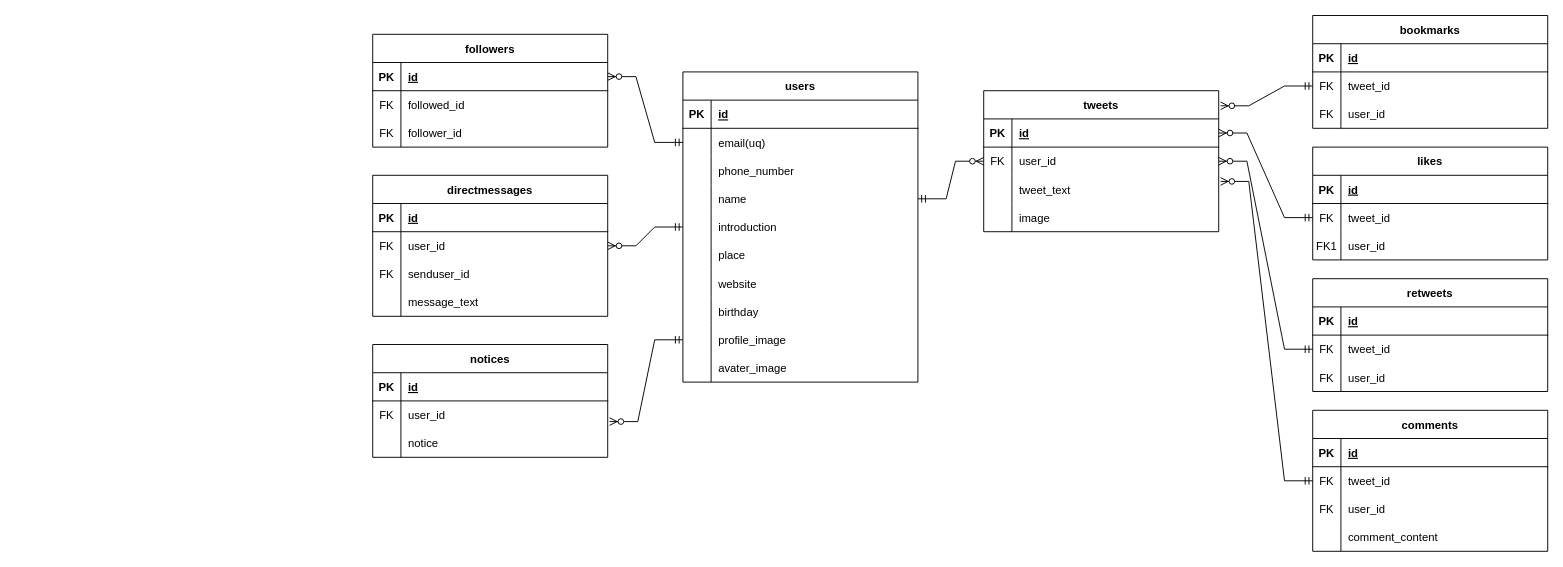
Earlier version of the draw.io diagram twitter_draft.drawio (hie3-336/rails_twitter). Source tidied: cells renumbered, new cells numbered last; positions are measured from the earlier drawing's top-left corner, leaving out a move shared by most shapes. Both pictures are drawn from the tidied source at 94%, with x=0, y=0 at pixel (372, 15).
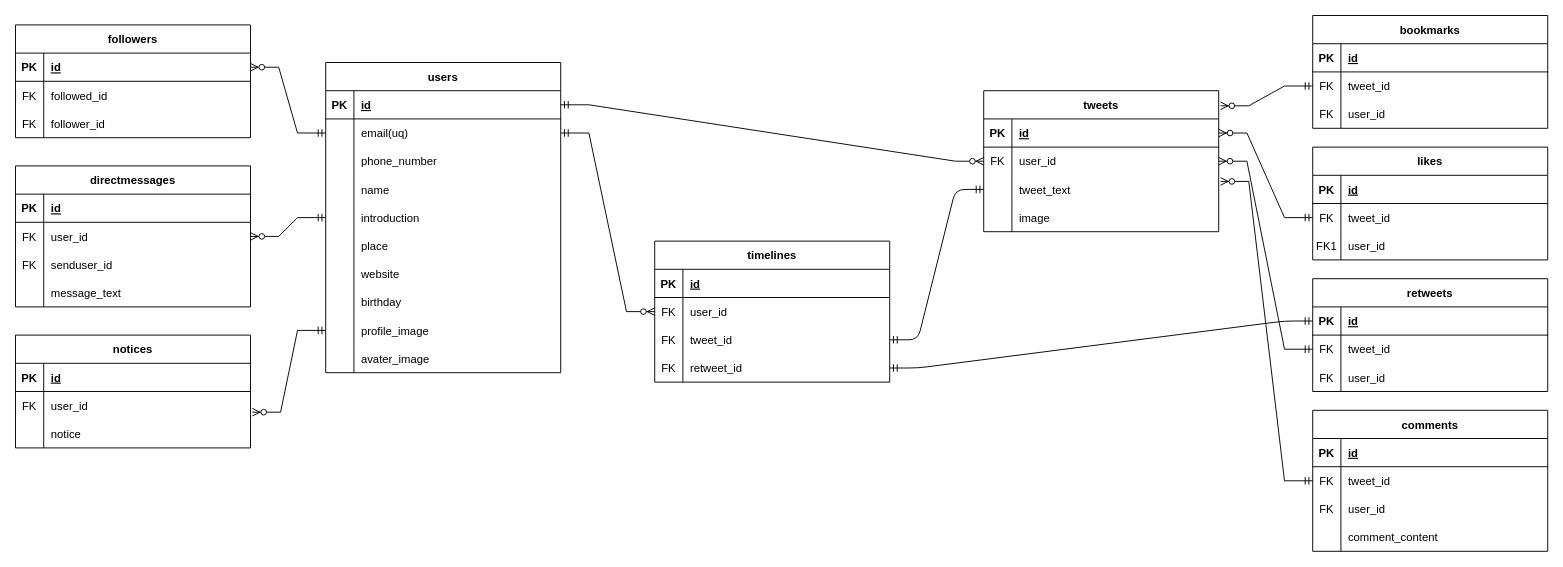
The same diagram, later.

The change refers to these unchanged cells:
```xml
<mxCell id="3" style="shape=partialRectangle;fillColor=none;points=[[0,0.5],[1,0.5]];portConstraint=eastwest;top=0;left=0;right=0;bottom=1;" parent="2" vertex="1">
  <mxGeometry y="30" width="250" height="30" as="geometry" />
</mxCell>
<mxCell id="12" style="shape=partialRectangle;fillColor=none;points=[[0,0.5],[1,0.5]];portConstraint=eastwest;top=0;left=0;right=0;bottom=0;" parent="2" vertex="1">
  <mxGeometry y="120" width="250" height="30" as="geometry" />
</mxCell>
<mxCell id="37" style="shape=partialRectangle;fillColor=none;points=[[0,0.5],[1,0.5]];portConstraint=eastwest;top=0;left=0;right=0;bottom=0;" parent="33" vertex="1">
  <mxGeometry y="60" width="250" height="30" as="geometry" />
</mxCell>
<mxCell id="40" style="shape=partialRectangle;fillColor=none;points=[[0,0.5],[1,0.5]];portConstraint=eastwest;top=0;left=0;right=0;bottom=0;" parent="33" vertex="1">
  <mxGeometry y="90" width="250" height="30" as="geometry" />
</mxCell>
<mxCell id="57" style="shape=partialRectangle;fillColor=none;points=[[0,0.5],[1,0.5]];portConstraint=eastwest;top=0;left=0;right=0;bottom=1;" parent="56" vertex="1">
  <mxGeometry y="30" width="250" height="30" as="geometry" />
</mxCell>
```

Diff of the diagram source:
```diff
@@
     <mxCell id="2" value="users" style="shape=table;startSize=30;childLayout=tableLayout;rowLines=0;fontStyle=1;align=center;" parent="1" vertex="1">
-      <mxGeometry x="330" y="60" width="250" height="330" as="geometry" />
+      <mxGeometry x="-50" y="50" width="250" height="330" as="geometry" />
     </mxCell>
@@
     <mxCell id="76" value="followers" style="shape=table;startSize=30;childLayout=tableLayout;rowLines=0;fontStyle=1;align=center;" parent="1" vertex="1">
-      <mxGeometry y="20" width="250" height="120" as="geometry" />
+      <mxGeometry x="-380" y="10" width="250" height="120" as="geometry" />
     </mxCell>
@@
     <mxCell id="86" value="directmessages" style="shape=table;startSize=30;childLayout=tableLayout;rowLines=0;fontStyle=1;align=center;" parent="1" vertex="1">
-      <mxGeometry y="170" width="250" height="150" as="geometry" />
+      <mxGeometry x="-380" y="160" width="250" height="150" as="geometry" />
     </mxCell>
@@
     <mxCell id="99" value="notices" style="shape=table;startSize=30;childLayout=tableLayout;rowLines=0;fontStyle=1;align=center;" parent="1" vertex="1">
-      <mxGeometry y="350" width="250" height="120" as="geometry" />
+      <mxGeometry x="-380" y="340" width="250" height="120" as="geometry" />
     </mxCell>
@@
-    <mxCell id="109" style="edgeStyle=entityRelationEdgeStyle;fontSize=12;html=1;endArrow=ERzeroToMany;startArrow=ERmandOne;rounded=0;entryX=0;entryY=0.5;entryDx=0;entryDy=0;exitX=1;exitY=0.5;exitDx=0;exitDy=0;" parent="1" edge="1" source="12" target="37">
+    <mxCell id="109" style="edgeStyle=entityRelationEdgeStyle;fontSize=12;html=1;endArrow=ERzeroToMany;startArrow=ERmandOne;rounded=0;entryX=0;entryY=0.5;entryDx=0;entryDy=0;exitX=1;exitY=0.5;exitDx=0;exitDy=0;" parent="1" edge="1" source="3" target="37">
       <mxGeometry relative="1" as="geometry" />
     </mxCell>
@@
+    <mxCell id="130" value="timelines" style="shape=table;startSize=30;childLayout=tableLayout;rowLines=0;fontStyle=1;align=center;" parent="1" vertex="1">
+      <mxGeometry x="300" y="240" width="250" height="150" as="geometry" />
+    </mxCell>
+    <mxCell id="131" style="shape=partialRectangle;fillColor=none;top=0;left=0;right=0;bottom=1;" parent="130" vertex="1">
+      <mxGeometry y="30" width="250" height="30" as="geometry" />
+    </mxCell>
+    <mxCell id="132" value="PK" style="shape=partialRectangle;overflow=hidden;fillColor=none;top=0;left=0;bottom=0;right=0;fontStyle=1;" parent="131" vertex="1">
+      <mxGeometry width="30" height="30" as="geometry" />
+    </mxCell>
+    <mxCell id="133" value="id" style="shape=partialRectangle;overflow=hidden;fillColor=none;top=0;left=0;bottom=0;right=0;align=left;spacingLeft=6;fontStyle=5;" parent="131" vertex="1">
+      <mxGeometry x="30" width="220" height="30" as="geometry" />
+    </mxCell>
+    <mxCell id="134" style="shape=partialRectangle;fillColor=none;points=[[0,0.5],[1,0.5]];portConstraint=eastwest;top=0;left=0;right=0;bottom=0;" parent="130" vertex="1">
+      <mxGeometry y="60" width="250" height="30" as="geometry" />
+    </mxCell>
+    <mxCell id="135" value="FK" style="shape=partialRectangle;overflow=hidden;fillColor=none;top=0;left=0;bottom=0;right=0;" parent="134" vertex="1">
+      <mxGeometry width="30" height="30" as="geometry" />
+    </mxCell>
+    <mxCell id="136" value="user_id" style="shape=partialRectangle;overflow=hidden;fillColor=none;top=0;left=0;bottom=0;right=0;align=left;spacingLeft=6;" parent="134" vertex="1">
+      <mxGeometry x="30" width="220" height="30" as="geometry" />
+    </mxCell>
+    <mxCell id="137" style="shape=partialRectangle;fillColor=none;points=[[0,0.5],[1,0.5]];portConstraint=eastwest;top=0;left=0;right=0;bottom=0;" parent="130" vertex="1">
+      <mxGeometry y="90" width="250" height="30" as="geometry" />
+    </mxCell>
+    <mxCell id="138" value="FK" style="shape=partialRectangle;overflow=hidden;fillColor=none;top=0;left=0;bottom=0;right=0;" parent="137" vertex="1">
+      <mxGeometry width="30" height="30" as="geometry" />
+    </mxCell>
+    <mxCell id="139" value="tweet_id" style="shape=partialRectangle;overflow=hidden;fillColor=none;top=0;left=0;bottom=0;right=0;align=left;spacingLeft=6;" parent="137" vertex="1">
+      <mxGeometry x="30" width="220" height="30" as="geometry" />
+    </mxCell>
+    <mxCell id="140" style="shape=partialRectangle;fillColor=none;points=[[0,0.5],[1,0.5]];portConstraint=eastwest;top=0;left=0;right=0;bottom=0;" parent="130" vertex="1">
+      <mxGeometry y="120" width="250" height="30" as="geometry" />
+    </mxCell>
+    <mxCell id="141" value="FK" style="shape=partialRectangle;overflow=hidden;fillColor=none;top=0;left=0;bottom=0;right=0;" parent="140" vertex="1">
+      <mxGeometry width="30" height="30" as="geometry" />
+    </mxCell>
+    <mxCell id="142" value="retweet_id" style="shape=partialRectangle;overflow=hidden;fillColor=none;top=0;left=0;bottom=0;right=0;align=left;spacingLeft=6;" parent="140" vertex="1">
+      <mxGeometry x="30" width="220" height="30" as="geometry" />
+    </mxCell>
+    <mxCell id="143" style="edgeStyle=entityRelationEdgeStyle;fontSize=12;html=1;endArrow=ERzeroToMany;startArrow=ERmandOne;rounded=0;entryX=0;entryY=0.5;entryDx=0;entryDy=0;exitX=1;exitY=0.5;exitDx=0;exitDy=0;" parent="1" edge="1" target="134">
+      <mxGeometry relative="1" as="geometry">
+        <mxPoint x="200" y="125" as="sourcePoint" />
+      </mxGeometry>
+    </mxCell>
+    <mxCell id="144" style="edgeStyle=entityRelationEdgeStyle;fontSize=12;html=1;endArrow=ERmandOne;startArrow=ERmandOne;entryX=0;entryY=0.5;entryDx=0;entryDy=0;exitX=1;exitY=0.5;exitDx=0;exitDy=0;" parent="1" edge="1" source="137" target="40">
+      <mxGeometry relative="1" as="geometry" />
+    </mxCell>
+    <mxCell id="145" style="edgeStyle=entityRelationEdgeStyle;fontSize=12;html=1;endArrow=ERmandOne;startArrow=ERmandOne;entryX=0;entryY=0.5;entryDx=0;entryDy=0;exitX=1;exitY=0.5;exitDx=0;exitDy=0;" parent="1" edge="1" source="140" target="57">
+      <mxGeometry relative="1" as="geometry" />
+    </mxCell>
```
